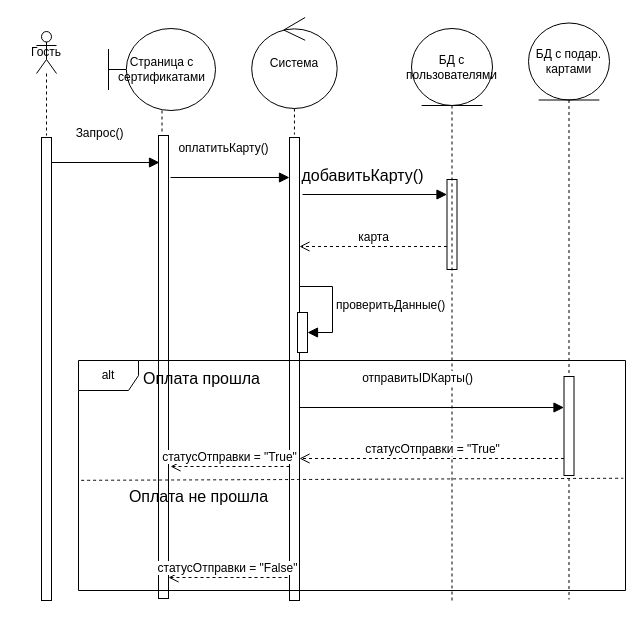
Before: Диаграмма практика 4.drawio in danaddi/draw.io, a draw.io diagram. Source tidied: cells renumbered, new cells numbered last; positions are measured from the earlier drawing's top-left corner, leaving out a move shared by most shapes. Both pictures are drawn from the tidied source at 100%, with x=0, y=0 at pixel (36, 17).
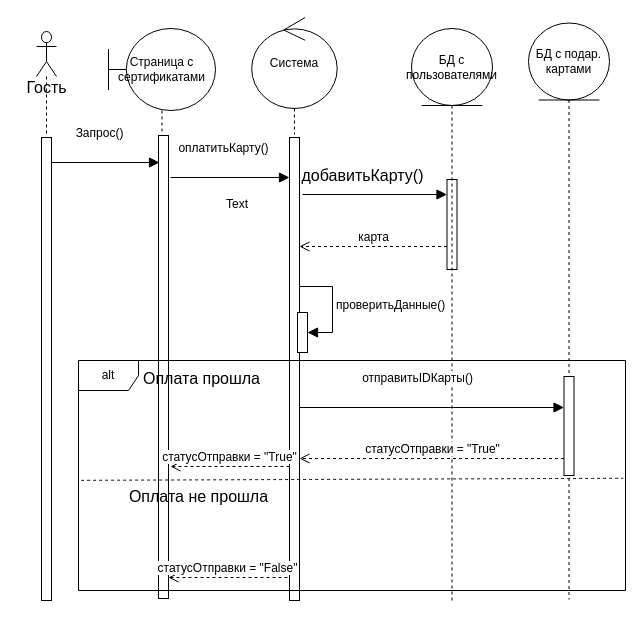
Above is the later version.

What changed in the source:
```diff
@@
-    <mxCell id="6" value="Гость" style="shape=umlLifeline;perimeter=lifelinePerimeter;whiteSpace=wrap;html=1;newEdgeStyle={&quot;curved&quot;:0,&quot;rounded&quot;:0};participant=umlActor;size=42;" parent="1" vertex="1">
+    <mxCell id="6" style="shape=umlLifeline;perimeter=lifelinePerimeter;whiteSpace=wrap;html=1;newEdgeStyle={&quot;curved&quot;:0,&quot;rounded&quot;:0};participant=umlActor;size=45;" parent="1" vertex="1">
       <mxGeometry y="14" width="20" height="104" as="geometry" />
     </mxCell>
@@
+    <mxCell id="27" value="Text" style="text;html=1;align=center;verticalAlign=middle;whiteSpace=wrap;rounded=0;" parent="1" vertex="1">
+      <mxGeometry x="171" y="172" width="60" height="30" as="geometry" />
+    </mxCell>
+    <mxCell id="28" value="Гость" style="text;html=1;align=center;verticalAlign=middle;strokeColor=none;fillColor=none;fontSize=16;" parent="1" vertex="1">
+      <mxGeometry x="-19" y="54" width="58" height="31" as="geometry" />
+    </mxCell>
```
